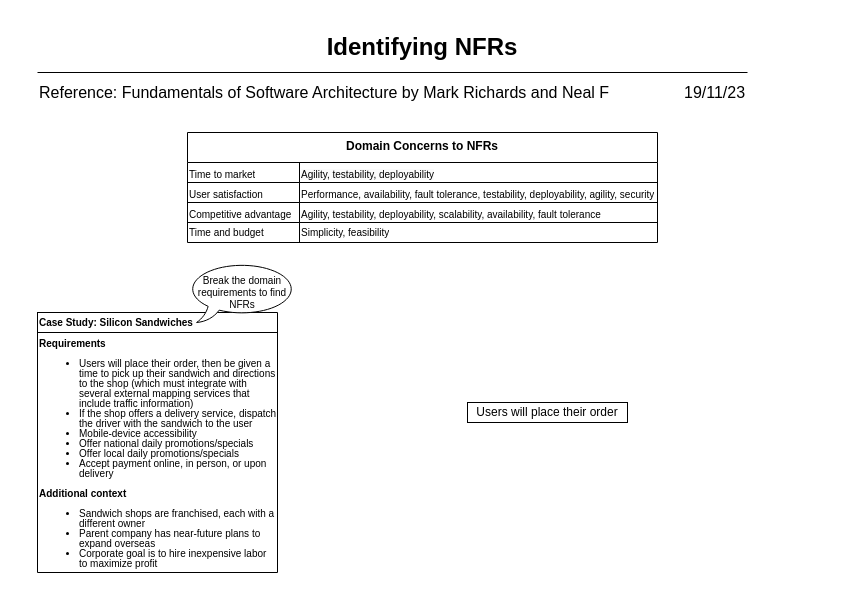
Earlier version of the draw.io diagram page "4.Requirements and NFRs" (5 of 5) of SolutionArchitectureProcess.drawio (Gaur4vGaur/probable-octo). Source tidied: cells renumbered, new cells numbered last; positions are measured from the earlier drawing's top-left corner, leaving out a move shared by most shapes. Both pictures are drawn from the tidied source at 100%, with x=0, y=0 at pixel (17, 32).
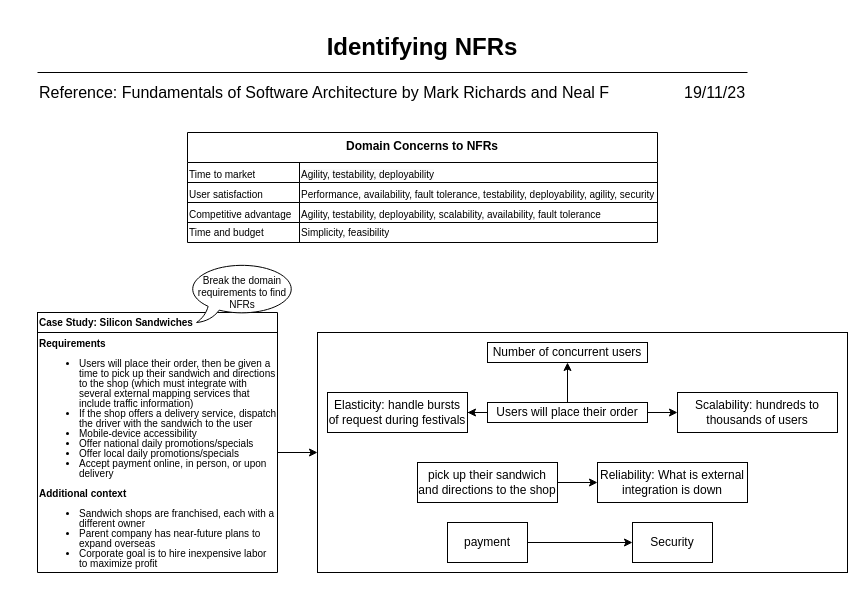
The same page after the edit.

Unchanged cells that the change refers to:
```xml
<mxCell id="22" style="shape=tableRow;horizontal=0;startSize=0;swimlaneHead=0;swimlaneBody=0;strokeColor=inherit;top=0;left=0;bottom=0;right=0;fillColor=none;points=[[0,0.5],[1,0.5]];portConstraint=eastwest;fontSize=16;" parent="19" vertex="1">
  <mxGeometry y="20" width="240" height="240" as="geometry" />
</mxCell>
```

Diff of the diagram source:
```diff
@@
+    <mxCell id="26" style="rounded=0;whiteSpace=wrap;html=1;" parent="1" vertex="1">
+      <mxGeometry x="300" y="300" width="530" height="240" as="geometry" />
+    </mxCell>
@@
+    <mxCell id="27" style="edgeStyle=orthogonalEdgeStyle;rounded=0;jettySize=auto;html=1;" parent="1" edge="1" source="24" target="30">
+      <mxGeometry relative="1" as="geometry" />
+    </mxCell>
+    <mxCell id="28" style="edgeStyle=orthogonalEdgeStyle;rounded=0;jettySize=auto;html=1;" parent="1" edge="1" source="24" target="31">
+      <mxGeometry relative="1" as="geometry" />
+    </mxCell>
+    <mxCell id="29" style="edgeStyle=orthogonalEdgeStyle;rounded=0;jettySize=auto;html=1;" parent="1" edge="1" source="24" target="32">
+      <mxGeometry relative="1" as="geometry" />
+    </mxCell>
     <mxCell id="24" value="Users will place their order" style="rounded=0;verticalAlign=middle;html=1;whiteSpace=wrap;fontColor=default;" parent="1" vertex="1">
-      <mxGeometry x="450" y="370" width="160" height="20" as="geometry" />
+      <mxGeometry x="470" y="370" width="160" height="20" as="geometry" />
     </mxCell>
@@
+    <mxCell id="30" value="Number of concurrent users" style="rounded=0;verticalAlign=middle;html=1;whiteSpace=wrap;fontColor=default;" parent="1" vertex="1">
+      <mxGeometry x="470" y="310" width="160" height="20" as="geometry" />
+    </mxCell>
+    <mxCell id="31" value="Scalability: hundreds to thousands of users" style="rounded=0;verticalAlign=middle;html=1;whiteSpace=wrap;fontColor=default;" parent="1" vertex="1">
+      <mxGeometry x="660" y="360" width="160" height="40" as="geometry" />
+    </mxCell>
+    <mxCell id="32" value="Elasticity: handle bursts of request during festivals" style="whiteSpace=wrap;html=1;rounded=0;" parent="1" vertex="1">
+      <mxGeometry x="310" y="360" width="140" height="40" as="geometry" />
+    </mxCell>
+    <mxCell id="33" style="edgeStyle=orthogonalEdgeStyle;rounded=0;jettySize=auto;html=1;" parent="1" edge="1" source="34" target="35">
+      <mxGeometry relative="1" as="geometry" />
+    </mxCell>
+    <mxCell id="34" value="pick up their sandwich and directions to the shop" style="rounded=0;whiteSpace=wrap;html=1;" parent="1" vertex="1">
+      <mxGeometry x="400" y="430" width="140" height="40" as="geometry" />
+    </mxCell>
+    <mxCell id="35" value="Reliability: What is external integration is down" style="rounded=0;whiteSpace=wrap;html=1;" parent="1" vertex="1">
+      <mxGeometry x="580" y="430" width="150" height="40" as="geometry" />
+    </mxCell>
+    <mxCell id="36" style="edgeStyle=orthogonalEdgeStyle;rounded=0;jettySize=auto;html=1;" parent="1" edge="1" source="37" target="38">
+      <mxGeometry relative="1" as="geometry" />
+    </mxCell>
+    <mxCell id="37" value="payment" style="rounded=0;whiteSpace=wrap;html=1;" parent="1" vertex="1">
+      <mxGeometry x="430" y="490" width="80" height="40" as="geometry" />
+    </mxCell>
+    <mxCell id="38" value="Security" style="rounded=0;whiteSpace=wrap;html=1;" parent="1" vertex="1">
+      <mxGeometry x="615" y="490" width="80" height="40" as="geometry" />
+    </mxCell>
+    <mxCell id="39" style="edgeStyle=orthogonalEdgeStyle;rounded=0;jettySize=auto;html=1;entryX=0;entryY=0.5;entryDx=0;entryDy=0;" parent="1" edge="1" source="22" target="26">
+      <mxGeometry relative="1" as="geometry" />
+    </mxCell>
```
